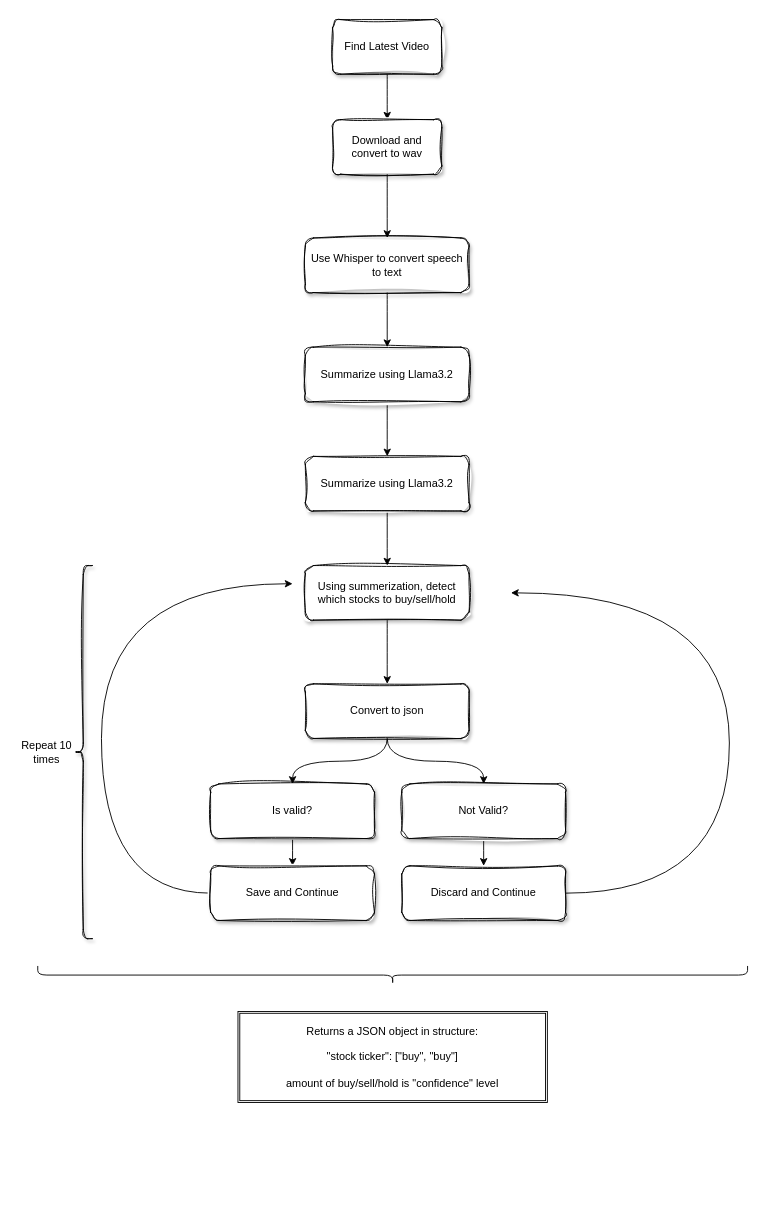
ved-patel226/MadMoneyAI keeps this draw.io diagram as page "C4 Context" (1 of 4) of draw.drawio. Above is the earlier version. Source tidied: cells renumbered, new cells numbered last; positions are measured from the earlier drawing's top-left corner, leaving out a move shared by most shapes. Both pictures are drawn from the tidied source at 91%, with x=0, y=0 at pixel (19, 19).
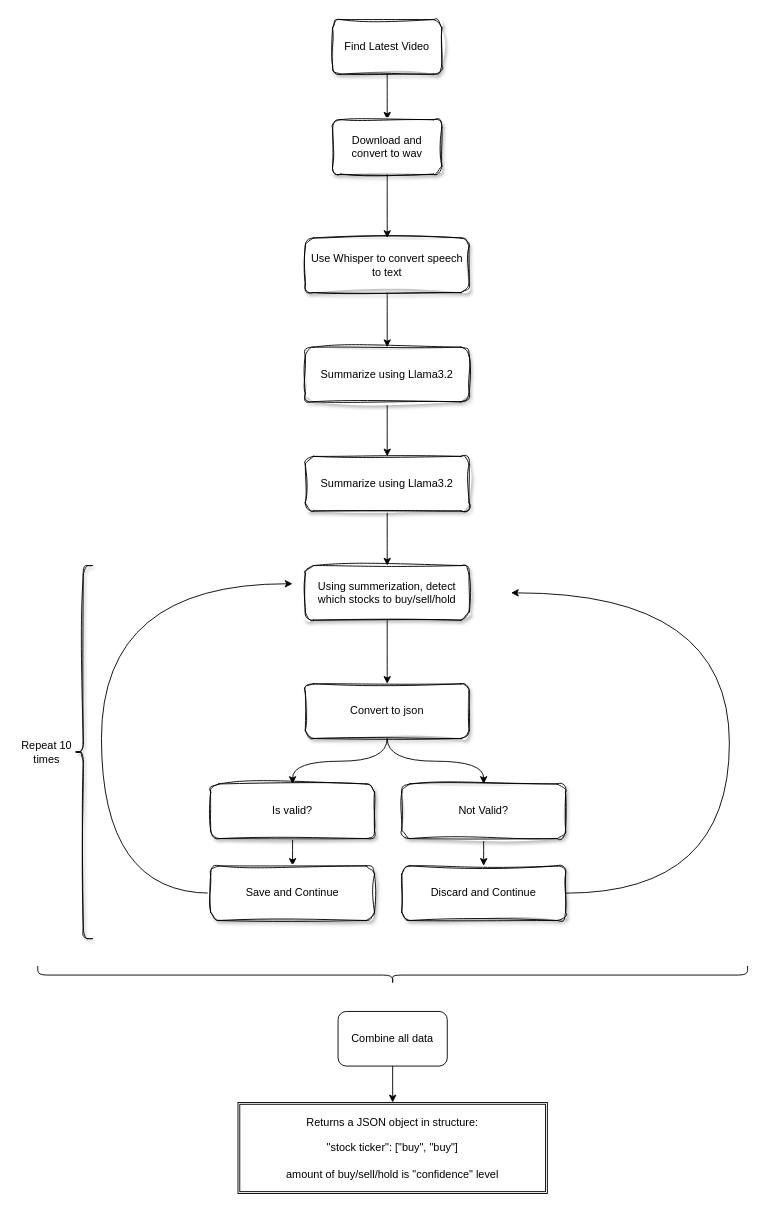
After the change.

Commit message (it also covers changes not shown here):
Finished Backend...

Change to the diagram source:
```diff
@@
     <mxCell id="28" value="Returns a JSON object in structure:&lt;br&gt;&lt;br&gt;&quot;stock ticker&quot;: [&quot;buy&quot;, &quot;buy&quot;]&lt;br&gt;&lt;br&gt;amount of buy/sell/hold is &quot;confidence&quot; level" style="shape=ext;double=1;rounded=0;whiteSpace=wrap;html=1;" parent="1" vertex="1">
-      <mxGeometry x="240" y="1090" width="340" height="100" as="geometry" />
+      <mxGeometry x="240" y="1190" width="340" height="100" as="geometry" />
     </mxCell>
+    <mxCell id="29" style="edgeStyle=none;html=1;" parent="1" edge="1" source="30" target="28">
+      <mxGeometry relative="1" as="geometry" />
+    </mxCell>
+    <mxCell id="30" value="Combine all data" style="rounded=1;whiteSpace=wrap;html=1;" parent="1" vertex="1">
+      <mxGeometry x="350" y="1090" width="120" height="60" as="geometry" />
+    </mxCell>
```
